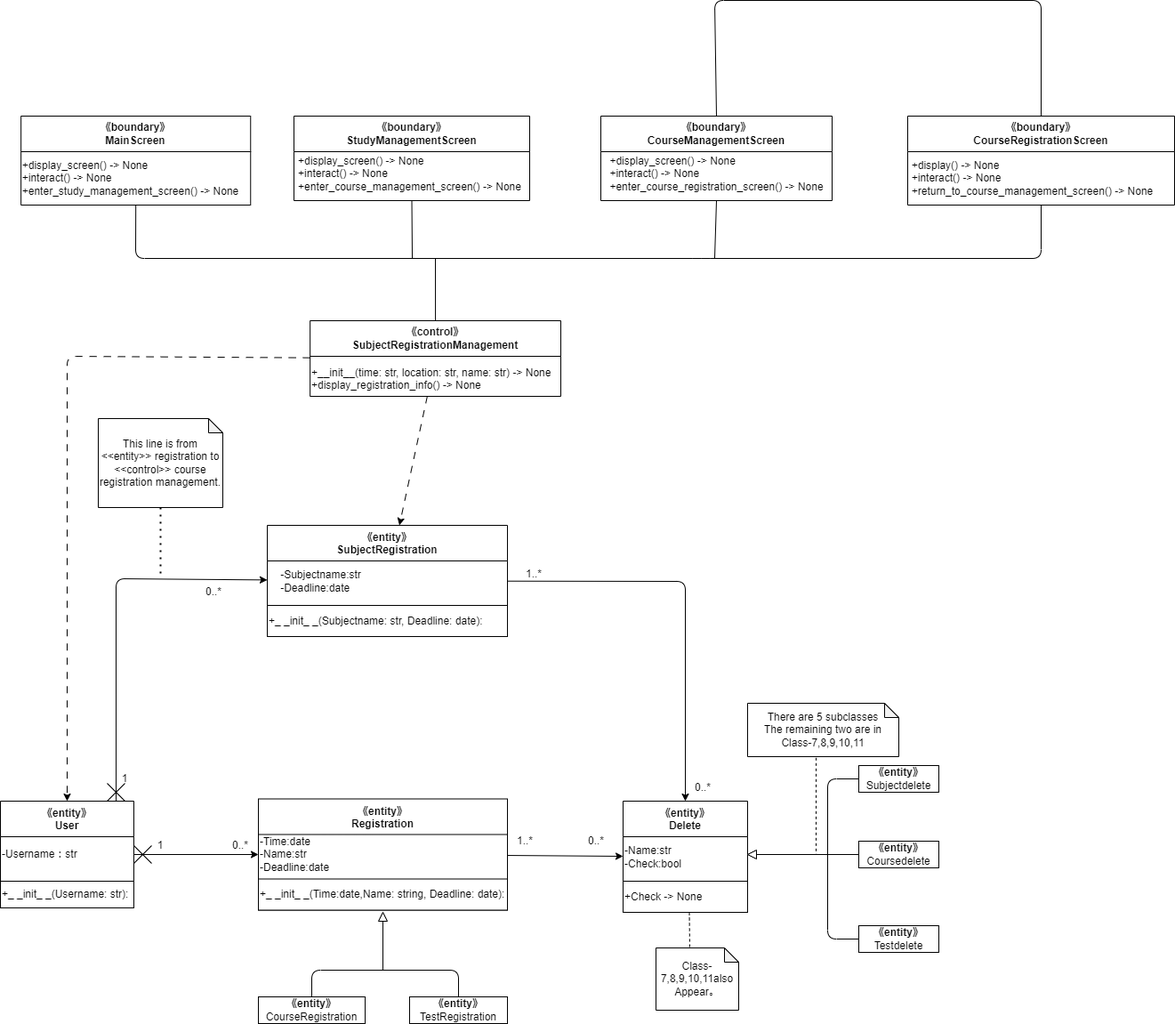
Before: Design/設計Class3.drawio.png, a diagram exported from draw.io (Hu-Hanxu/First-App-Self-Management-). Source tidied: cells renumbered, new cells last; positions are measured from the earlier drawing's top-left corner, leaving out a move shared by most shapes. Its diagram source:
```xml
<mxGraphModel>
  <root>
    <mxCell id="0" />
    <mxCell id="1" parent="0" />
    <mxCell id="2" value="《entity》&#10;SubjectRegistration" style="swimlane;startSize=40;" parent="1" vertex="1">
      <mxGeometry x="300" y="590" width="270" height="125" as="geometry" />
    </mxCell>
    <mxCell id="3" value="-Subjectname:str&lt;br&gt;&lt;div style=&quot;text-align: left;&quot;&gt;&lt;span style=&quot;background-color: initial;&quot;&gt;-Deadline:date&lt;/span&gt;&lt;/div&gt;" style="text;html=1;align=center;verticalAlign=middle;strokeColor=none;fillColor=none;" parent="2" vertex="1">
      <mxGeometry x="5" y="42.5" width="110" height="40" as="geometry" />
    </mxCell>
    <mxCell id="4" value="+_ _init_ _(Subjectname: str, Deadline: date):" style="rounded=0;whiteSpace=wrap;html=1;align=left;" parent="2" vertex="1">
      <mxGeometry y="90" width="270" height="35" as="geometry" />
    </mxCell>
    <mxCell id="5" value="《entity》&#10;User" style="swimlane;startSize=40;" parent="1" vertex="1">
      <mxGeometry y="900" width="150" height="120" as="geometry" />
    </mxCell>
    <mxCell id="6" value="-Username：str" style="text;html=1;align=left;verticalAlign=middle;strokeColor=none;fillColor=none;" parent="5" vertex="1">
      <mxGeometry y="45" width="110" height="30" as="geometry" />
    </mxCell>
    <mxCell id="7" value="+_ _init_ _(Username: str):" style="rounded=0;whiteSpace=wrap;html=1;align=left;" parent="5" vertex="1">
      <mxGeometry y="90" width="150" height="30" as="geometry" />
    </mxCell>
    <mxCell id="8" value="《entity》&#10;Delete" style="swimlane;startSize=40;" parent="1" vertex="1">
      <mxGeometry x="700" y="900" width="140" height="125" as="geometry" />
    </mxCell>
    <mxCell id="9" value="-Name:str&lt;br&gt;&lt;div style=&quot;&quot;&gt;&lt;span style=&quot;background-color: initial;&quot;&gt;-Check:bool&lt;/span&gt;&lt;/div&gt;" style="text;html=1;align=left;verticalAlign=middle;strokeColor=none;fillColor=none;" parent="8" vertex="1">
      <mxGeometry y="42.5" width="90" height="40" as="geometry" />
    </mxCell>
    <mxCell id="10" value="+Check -&amp;gt; None" style="rounded=0;whiteSpace=wrap;html=1;align=left;" parent="8" vertex="1">
      <mxGeometry y="90" width="140" height="35" as="geometry" />
    </mxCell>
    <mxCell id="11" value="《entity》&#10;Registration" style="swimlane;startSize=40;" parent="1" vertex="1">
      <mxGeometry x="290" y="897.5" width="280" height="125" as="geometry" />
    </mxCell>
    <mxCell id="12" value="&lt;div style=&quot;&quot;&gt;&lt;span style=&quot;background-color: initial;&quot;&gt;-Time:date&lt;/span&gt;&lt;/div&gt;&lt;div style=&quot;&quot;&gt;&lt;span style=&quot;background-color: initial;&quot;&gt;-Name:str&lt;/span&gt;&lt;/div&gt;&lt;div style=&quot;&quot;&gt;&lt;span style=&quot;background-color: initial;&quot;&gt;-Deadline:date&lt;/span&gt;&lt;/div&gt;" style="text;html=1;align=left;verticalAlign=middle;strokeColor=none;fillColor=none;" parent="11" vertex="1">
      <mxGeometry y="32.5" width="100" height="60" as="geometry" />
    </mxCell>
    <mxCell id="13" value="+_ _init_ _(Time:date,Name: string, Deadline: date):" style="rounded=0;whiteSpace=wrap;html=1;align=left;" parent="11" vertex="1">
      <mxGeometry y="90" width="280" height="35" as="geometry" />
    </mxCell>
    <mxCell id="14" value="&lt;span style=&quot;font-weight: 700;&quot;&gt;《entity》&lt;/span&gt;&lt;br&gt;Subjectdelete" style="rounded=0;whiteSpace=wrap;html=1;" parent="1" vertex="1">
      <mxGeometry x="965" y="860" width="90" height="30" as="geometry" />
    </mxCell>
    <mxCell id="15" value="&lt;span style=&quot;font-weight: 700;&quot;&gt;《entity》&lt;/span&gt;&lt;br&gt;Coursedelete" style="rounded=0;whiteSpace=wrap;html=1;" parent="1" vertex="1">
      <mxGeometry x="965" y="945" width="90" height="30" as="geometry" />
    </mxCell>
    <mxCell id="16" value="&lt;span style=&quot;font-weight: 700;&quot;&gt;《entity》&lt;/span&gt;&lt;br&gt;Testdelete" style="rounded=0;whiteSpace=wrap;html=1;" parent="1" vertex="1">
      <mxGeometry x="965" y="1040" width="90" height="30" as="geometry" />
    </mxCell>
    <mxCell id="17" style="endArrow=none;html=1;entryX=0;entryY=0.5;entryDx=0;entryDy=0;exitX=0;exitY=0.5;exitDx=0;exitDy=0;" parent="1" edge="1" source="16" target="14">
      <mxGeometry relative="1" as="geometry">
        <Array as="points">
          <mxPoint x="930" y="1055" />
          <mxPoint x="930" y="875" />
        </Array>
      </mxGeometry>
    </mxCell>
    <mxCell id="18" style="endArrow=none;html=1;entryX=0;entryY=0.5;entryDx=0;entryDy=0;exitX=0;exitY=0.5;exitDx=0;exitDy=0;" parent="1" edge="1" source="19" target="15">
      <mxGeometry relative="1" as="geometry" />
    </mxCell>
    <mxCell id="19" style="triangle;whiteSpace=wrap;html=1;direction=west;" parent="1" vertex="1">
      <mxGeometry x="840" y="955" width="10" height="10" as="geometry" />
    </mxCell>
    <mxCell id="20" style="endArrow=none;dashed=1;html=1;exitX=0.453;exitY=1.022;exitDx=0;exitDy=0;exitPerimeter=0;" parent="1" edge="1" source="21">
      <mxGeometry relative="1" as="geometry">
        <mxPoint x="917" y="960" as="targetPoint" />
      </mxGeometry>
    </mxCell>
    <mxCell id="21" value="&lt;div&gt;There are 5 subclasses&lt;/div&gt;&lt;div&gt;The remaining two are in Class-7,8,9,10,11&lt;/div&gt;" style="shape=note;whiteSpace=wrap;html=1;backgroundOutline=1;darkOpacity=0.05;size=16;" parent="1" vertex="1">
      <mxGeometry x="840" y="790" width="170" height="60" as="geometry" />
    </mxCell>
    <mxCell id="22" value="&lt;span style=&quot;font-weight: 700;&quot;&gt;《entity》&lt;/span&gt;&lt;br&gt;CourseRegistration" style="rounded=0;whiteSpace=wrap;html=1;" parent="1" vertex="1">
      <mxGeometry x="290" y="1120" width="120" height="30" as="geometry" />
    </mxCell>
    <mxCell id="23" value="&lt;span style=&quot;font-weight: 700;&quot;&gt;《entity》&lt;/span&gt;&lt;br&gt;TestRegistration" style="rounded=0;whiteSpace=wrap;html=1;" parent="1" vertex="1">
      <mxGeometry x="460" y="1120" width="110" height="30" as="geometry" />
    </mxCell>
    <mxCell id="24" style="endArrow=none;html=1;exitX=0.5;exitY=0;exitDx=0;exitDy=0;entryX=0.5;entryY=0;entryDx=0;entryDy=0;" parent="1" edge="1" source="22" target="23">
      <mxGeometry relative="1" as="geometry">
        <Array as="points">
          <mxPoint x="350" y="1090" />
          <mxPoint x="515" y="1090" />
        </Array>
      </mxGeometry>
    </mxCell>
    <mxCell id="25" style="endArrow=none;html=1;" parent="1" edge="1" target="26">
      <mxGeometry relative="1" as="geometry">
        <mxPoint x="430" y="1090" as="sourcePoint" />
      </mxGeometry>
    </mxCell>
    <mxCell id="26" style="triangle;whiteSpace=wrap;html=1;direction=north;" parent="1" vertex="1">
      <mxGeometry x="425" y="1025" width="10" height="10" as="geometry" />
    </mxCell>
    <mxCell id="27" style="endArrow=none;dashed=1;html=1;exitX=0.5;exitY=1;exitDx=0;exitDy=0;" parent="1" edge="1">
      <mxGeometry relative="1" as="geometry">
        <mxPoint x="774.5" y="1025" as="sourcePoint" />
        <mxPoint x="775" y="1065" as="targetPoint" />
      </mxGeometry>
    </mxCell>
    <mxCell id="28" value="&lt;div&gt;Class-7,8,9,10,11also&lt;/div&gt;&lt;span style=&quot;background-color: initial;&quot;&gt;Appear&lt;/span&gt;。" style="shape=note;whiteSpace=wrap;html=1;backgroundOutline=1;darkOpacity=0.05;size=16;" parent="1" vertex="1">
      <mxGeometry x="737" y="1065" width="93" height="70" as="geometry" />
    </mxCell>
    <mxCell id="29" value="1" style="text;html=1;strokeColor=none;fillColor=none;align=center;verticalAlign=middle;whiteSpace=wrap;rounded=0;" parent="1" vertex="1">
      <mxGeometry x="150" y="935" width="60" height="30" as="geometry" />
    </mxCell>
    <mxCell id="30" value="0..*" style="text;html=1;strokeColor=none;fillColor=none;align=center;verticalAlign=middle;whiteSpace=wrap;rounded=0;" parent="1" vertex="1">
      <mxGeometry x="240" y="935" width="60" height="30" as="geometry" />
    </mxCell>
    <mxCell id="31" value="1..*" style="text;html=1;strokeColor=none;fillColor=none;align=center;verticalAlign=middle;whiteSpace=wrap;rounded=0;" parent="1" vertex="1">
      <mxGeometry x="560" y="930" width="60" height="30" as="geometry" />
    </mxCell>
    <mxCell id="32" value="0..*" style="text;html=1;strokeColor=none;fillColor=none;align=center;verticalAlign=middle;whiteSpace=wrap;rounded=0;" parent="1" vertex="1">
      <mxGeometry x="640" y="930" width="60" height="30" as="geometry" />
    </mxCell>
    <mxCell id="33" value="1..*" style="text;html=1;strokeColor=none;fillColor=none;align=center;verticalAlign=middle;whiteSpace=wrap;rounded=0;" parent="1" vertex="1">
      <mxGeometry x="570" y="630" width="60" height="30" as="geometry" />
    </mxCell>
    <mxCell id="34" value="0..*" style="text;html=1;strokeColor=none;fillColor=none;align=center;verticalAlign=middle;whiteSpace=wrap;rounded=0;" parent="1" vertex="1">
      <mxGeometry x="760" y="870" width="60" height="30" as="geometry" />
    </mxCell>
    <mxCell id="35" value="&lt;span style=&quot;&quot;&gt;《control》&lt;br&gt;SubjectRegistrationManagement&lt;br&gt;&lt;/span&gt;" style="swimlane;whiteSpace=wrap;html=1;startSize=40;" parent="1" vertex="1">
      <mxGeometry x="348.1" y="360" width="281.9" height="85" as="geometry" />
    </mxCell>
    <mxCell id="36" value="+__init__(time: str, location: str, name: str) -&amp;gt; None &lt;br&gt;+display_registration_info() -&amp;gt; None" style="text;whiteSpace=wrap;html=1;" parent="35" vertex="1">
      <mxGeometry y="45" width="290" height="40" as="geometry" />
    </mxCell>
    <mxCell id="37" style="endArrow=none;dashed=1;html=1;dashPattern=1 3;strokeWidth=2;exitX=0.5;exitY=1;exitDx=0;exitDy=0;exitPerimeter=0;" parent="1" edge="1" source="38">
      <mxGeometry relative="1" as="geometry">
        <mxPoint x="180" y="650" as="targetPoint" />
      </mxGeometry>
    </mxCell>
    <mxCell id="38" value="This line is from &amp;lt;&amp;lt;entity&amp;gt;&amp;gt; registration to &amp;lt;&amp;lt;control&amp;gt;&amp;gt; course registration management." style="shape=note;whiteSpace=wrap;html=1;backgroundOutline=1;darkOpacity=0.05;size=16;" parent="1" vertex="1">
      <mxGeometry x="110" y="470" width="140" height="100" as="geometry" />
    </mxCell>
    <mxCell id="39" value="《boundary》&lt;br&gt;MainScreen" style="swimlane;whiteSpace=wrap;html=1;startSize=40;" parent="1" vertex="1">
      <mxGeometry x="23.1" y="130" width="258.1" height="100" as="geometry" />
    </mxCell>
    <mxCell id="40" value="&lt;div style=&quot;text-align: left;&quot;&gt;+display_screen() -&amp;gt; None&amp;nbsp;&lt;/div&gt;&lt;div style=&quot;text-align: left;&quot;&gt;+interact() -&amp;gt; None&lt;/div&gt;&lt;div style=&quot;text-align: left;&quot;&gt;+enter_study_management_screen() -&amp;gt; None&lt;br&gt;&lt;/div&gt;" style="text;html=1;align=center;verticalAlign=middle;strokeColor=none;fillColor=none;" parent="39" vertex="1">
      <mxGeometry x="-11.9" y="40" width="270" height="60" as="geometry" />
    </mxCell>
    <mxCell id="41" value="《boundary》&lt;br&gt;StudyManagementScreen" style="swimlane;whiteSpace=wrap;html=1;startSize=40;" parent="1" vertex="1">
      <mxGeometry x="330" y="130" width="265" height="95" as="geometry" />
    </mxCell>
    <mxCell id="42" value="&lt;div style=&quot;text-align: left;&quot;&gt;+display_screen() -&amp;gt; None&amp;nbsp;&lt;/div&gt;&lt;div style=&quot;text-align: left;&quot;&gt;+interact() -&amp;gt; None&lt;/div&gt;&lt;div style=&quot;text-align: left;&quot;&gt;+enter_course_management_screen() -&amp;gt; None&lt;br&gt;&lt;/div&gt;" style="text;html=1;align=center;verticalAlign=middle;strokeColor=none;fillColor=none;" parent="41" vertex="1">
      <mxGeometry x="-5" y="35" width="270" height="60" as="geometry" />
    </mxCell>
    <mxCell id="43" value="《boundary》&lt;br&gt;CourseManagementScreen" style="swimlane;whiteSpace=wrap;html=1;startSize=40;" parent="1" vertex="1">
      <mxGeometry x="675" y="130" width="260" height="95" as="geometry" />
    </mxCell>
    <mxCell id="44" value="&lt;div style=&quot;text-align: left;&quot;&gt;+display_screen() -&amp;gt; None&amp;nbsp;&lt;/div&gt;&lt;div style=&quot;text-align: left;&quot;&gt;+interact() -&amp;gt; None&lt;/div&gt;&lt;div style=&quot;text-align: left;&quot;&gt;+enter_course_registration_screen() -&amp;gt; None&lt;br&gt;&lt;/div&gt;" style="text;html=1;align=center;verticalAlign=middle;strokeColor=none;fillColor=none;" parent="43" vertex="1">
      <mxGeometry y="35" width="260" height="60" as="geometry" />
    </mxCell>
    <mxCell id="45" value="《boundary》&lt;br&gt;CourseRegistrationScreen" style="swimlane;whiteSpace=wrap;html=1;startSize=40;" parent="1" vertex="1">
      <mxGeometry x="1020" y="130" width="300" height="100" as="geometry" />
    </mxCell>
    <mxCell id="46" value="&lt;div style=&quot;text-align: left;&quot;&gt;&lt;span style=&quot;background-color: initial;&quot;&gt;+display() -&amp;gt; None&lt;/span&gt;&lt;/div&gt;&lt;div style=&quot;text-align: left;&quot;&gt;&lt;span style=&quot;background-color: initial;&quot;&gt;+interact() -&amp;gt; None&lt;/span&gt;&lt;/div&gt;&lt;div style=&quot;text-align: left;&quot;&gt;&lt;span style=&quot;background-color: initial;&quot;&gt;+return_to_course_management_screen() -&amp;gt; None&lt;/span&gt;&lt;/div&gt;" style="text;html=1;align=center;verticalAlign=middle;strokeColor=none;fillColor=none;" parent="45" vertex="1">
      <mxGeometry x="-10" y="40" width="300" height="60" as="geometry" />
    </mxCell>
    <mxCell id="47" style="endArrow=none;html=1;exitX=0.5;exitY=1;exitDx=0;exitDy=0;entryX=0.5;entryY=1;entryDx=0;entryDy=0;" parent="1" edge="1" source="39" target="45">
      <mxGeometry relative="1" as="geometry">
        <Array as="points">
          <mxPoint x="152" y="290" />
          <mxPoint x="788.4" y="290" />
          <mxPoint x="1170" y="290" />
        </Array>
      </mxGeometry>
    </mxCell>
    <mxCell id="48" style="endArrow=none;html=1;entryX=0.5;entryY=1;entryDx=0;entryDy=0;" parent="1" edge="1" target="43">
      <mxGeometry relative="1" as="geometry">
        <mxPoint x="803" y="290" as="sourcePoint" />
      </mxGeometry>
    </mxCell>
    <mxCell id="49" style="endArrow=none;html=1;entryX=0.5;entryY=1;entryDx=0;entryDy=0;" parent="1" edge="1" target="41">
      <mxGeometry relative="1" as="geometry">
        <mxPoint x="463" y="290" as="sourcePoint" />
      </mxGeometry>
    </mxCell>
    <mxCell id="50" style="endArrow=none;html=1;entryX=0.5;entryY=0;entryDx=0;entryDy=0;exitX=0.5;exitY=0;exitDx=0;exitDy=0;" parent="1" edge="1" source="43" target="45">
      <mxGeometry relative="1" as="geometry">
        <Array as="points">
          <mxPoint x="803" />
          <mxPoint x="1170" />
        </Array>
      </mxGeometry>
    </mxCell>
    <mxCell id="51" style="endArrow=none;html=1;exitX=0.5;exitY=0;exitDx=0;exitDy=0;" parent="1" edge="1" source="35">
      <mxGeometry relative="1" as="geometry">
        <mxPoint x="489" y="290" as="targetPoint" />
      </mxGeometry>
    </mxCell>
    <mxCell id="52" style="group;" parent="1" vertex="1">
      <mxGeometry x="150" y="950" width="20" height="20" as="geometry" />
    </mxCell>
    <mxCell id="53" style="endArrow=none;html=1;" parent="52" edge="1">
      <mxGeometry relative="1" as="geometry">
        <mxPoint as="sourcePoint" />
        <mxPoint x="20" y="20" as="targetPoint" />
      </mxGeometry>
    </mxCell>
    <mxCell id="54" style="endArrow=none;html=1;" parent="52" edge="1">
      <mxGeometry relative="1" as="geometry">
        <mxPoint y="20" as="sourcePoint" />
        <mxPoint x="20" as="targetPoint" />
      </mxGeometry>
    </mxCell>
    <mxCell id="55" style="endArrow=classic;html=1;" parent="1" edge="1" source="5" target="11">
      <mxGeometry relative="1" as="geometry" />
    </mxCell>
    <mxCell id="56" style="endArrow=classic;html=1;exitX=0.867;exitY=0;exitDx=0;exitDy=0;exitPerimeter=0;" parent="1" edge="1" source="5" target="2">
      <mxGeometry relative="1" as="geometry">
        <Array as="points">
          <mxPoint x="130" y="650" />
        </Array>
      </mxGeometry>
    </mxCell>
    <mxCell id="57" value="1" style="text;html=1;strokeColor=none;fillColor=none;align=center;verticalAlign=middle;whiteSpace=wrap;rounded=0;" parent="1" vertex="1">
      <mxGeometry x="110" y="860" width="60" height="30" as="geometry" />
    </mxCell>
    <mxCell id="58" value="0..*" style="text;html=1;strokeColor=none;fillColor=none;align=center;verticalAlign=middle;whiteSpace=wrap;rounded=0;" parent="1" vertex="1">
      <mxGeometry x="210" y="650" width="60" height="30" as="geometry" />
    </mxCell>
    <mxCell id="59" style="endArrow=classic;html=1;" parent="1" edge="1" source="11" target="8">
      <mxGeometry relative="1" as="geometry" />
    </mxCell>
    <mxCell id="60" style="endArrow=classic;html=1;" parent="1" edge="1" source="2" target="8">
      <mxGeometry relative="1" as="geometry">
        <Array as="points">
          <mxPoint x="770" y="653" />
        </Array>
      </mxGeometry>
    </mxCell>
    <mxCell id="61" style="endArrow=classic;html=1;dashed=1;dashPattern=8 8;" parent="1" edge="1" source="35" target="5">
      <mxGeometry relative="1" as="geometry">
        <Array as="points">
          <mxPoint x="75" y="400" />
        </Array>
      </mxGeometry>
    </mxCell>
    <mxCell id="62" style="group;" parent="1" vertex="1">
      <mxGeometry x="120" y="880" width="20" height="20" as="geometry" />
    </mxCell>
    <mxCell id="63" style="endArrow=none;html=1;" parent="62" edge="1">
      <mxGeometry relative="1" as="geometry">
        <mxPoint as="sourcePoint" />
        <mxPoint x="20" y="20" as="targetPoint" />
      </mxGeometry>
    </mxCell>
    <mxCell id="64" style="endArrow=none;html=1;" parent="62" edge="1">
      <mxGeometry relative="1" as="geometry">
        <mxPoint y="20" as="sourcePoint" />
        <mxPoint x="20" as="targetPoint" />
      </mxGeometry>
    </mxCell>
    <mxCell id="65" style="endArrow=classic;html=1;dashed=1;dashPattern=8 8;" parent="1" edge="1" source="35" target="2">
      <mxGeometry relative="1" as="geometry" />
    </mxCell>
  </root>
</mxGraphModel>
```
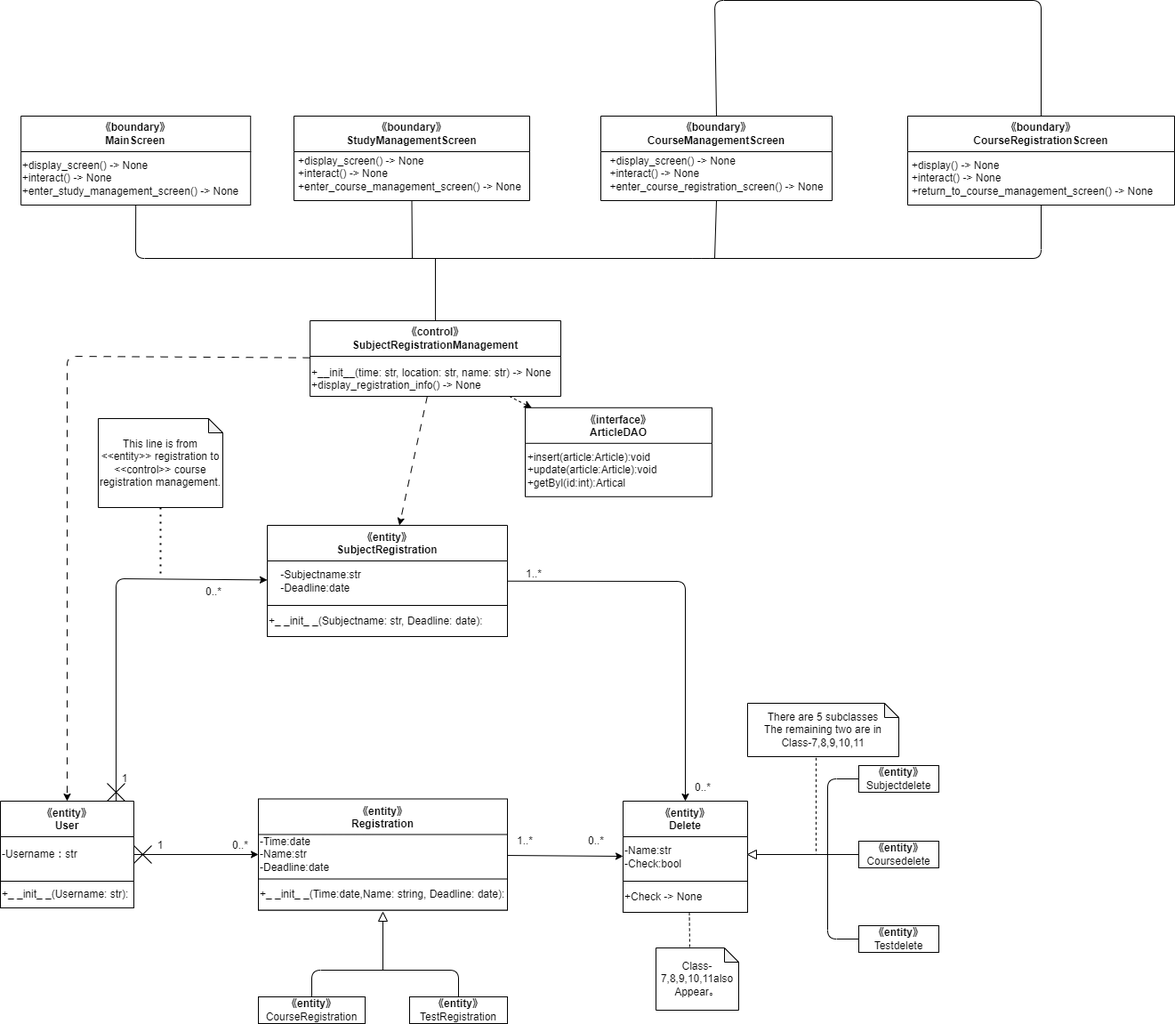
Later version of the same file.

The edit, as a diff of the source:
```diff
@@ -254,5 +254,14 @@
     <mxCell id="65" style="endArrow=classic;html=1;dashed=1;dashPattern=8 8;" parent="1" edge="1" source="35" target="2">
       <mxGeometry relative="1" as="geometry" />
     </mxCell>
+    <mxCell id="66" style="edgeStyle=none;html=1;dashed=1;" parent="1" edge="1" source="35" target="67">
+      <mxGeometry relative="1" as="geometry" />
+    </mxCell>
+    <mxCell id="67" value="《interface》&#10;ArticleDAO" style="swimlane;startSize=40;" parent="1" vertex="1">
+      <mxGeometry x="590" y="457.8" width="210" height="100" as="geometry" />
+    </mxCell>
+    <mxCell id="68" value="&lt;div style=&quot;text-align: left;&quot;&gt;&lt;span style=&quot;background-color: initial;&quot;&gt;+insert(article:Article):void&lt;/span&gt;&lt;/div&gt;&lt;div style=&quot;text-align: left;&quot;&gt;&lt;span style=&quot;background-color: initial;&quot;&gt;+update(article:Article):void&lt;/span&gt;&lt;/div&gt;&lt;div style=&quot;text-align: left;&quot;&gt;&lt;span style=&quot;background-color: initial;&quot;&gt;+getByl(id:int):Artical&lt;/span&gt;&lt;/div&gt;" style="text;html=1;align=center;verticalAlign=middle;strokeColor=none;fillColor=none;" parent="67" vertex="1">
+      <mxGeometry x="-10" y="40" width="170" height="60" as="geometry" />
+    </mxCell>
   </root>
 </mxGraphModel>
```
